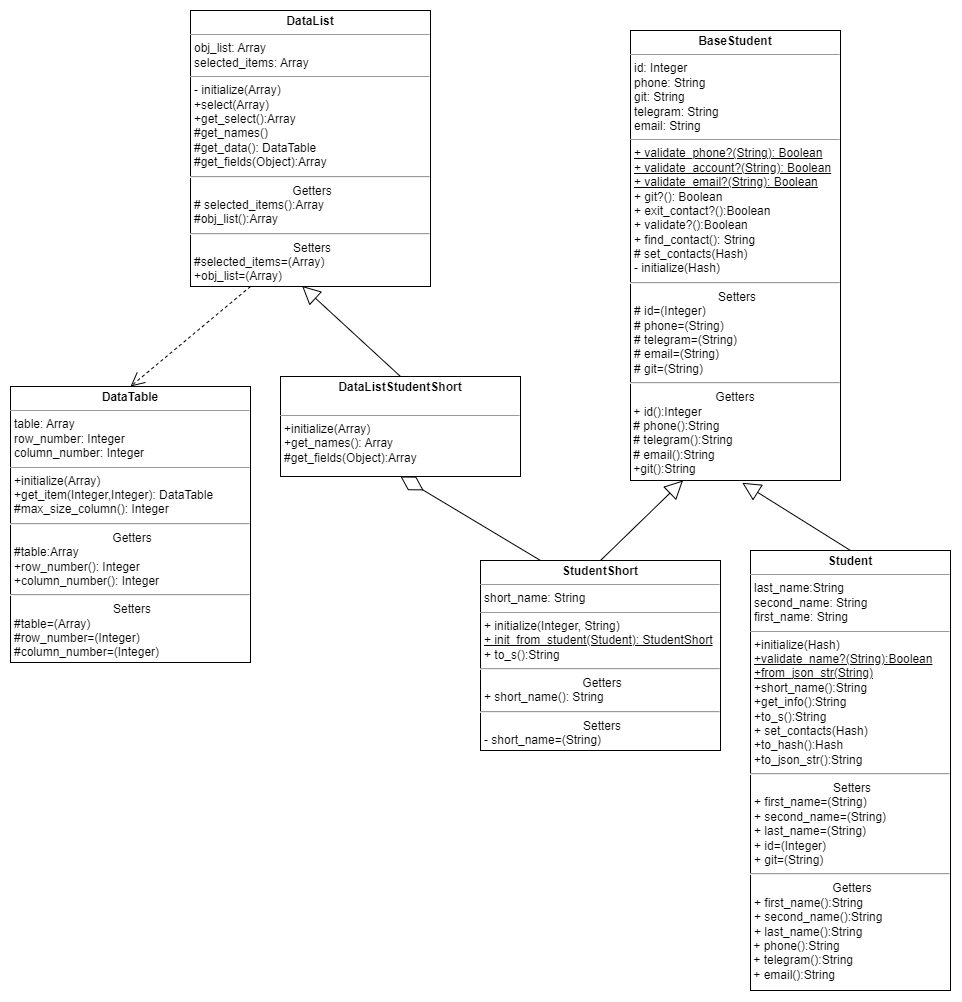
Earlier version of the draw.io export lab2/diagrams/student_diagr.png (rmyau/pattern_labs). Source tidied: cells renumbered, new cells last; positions are measured from the earlier drawing's top-left corner, leaving out a move shared by most shapes.
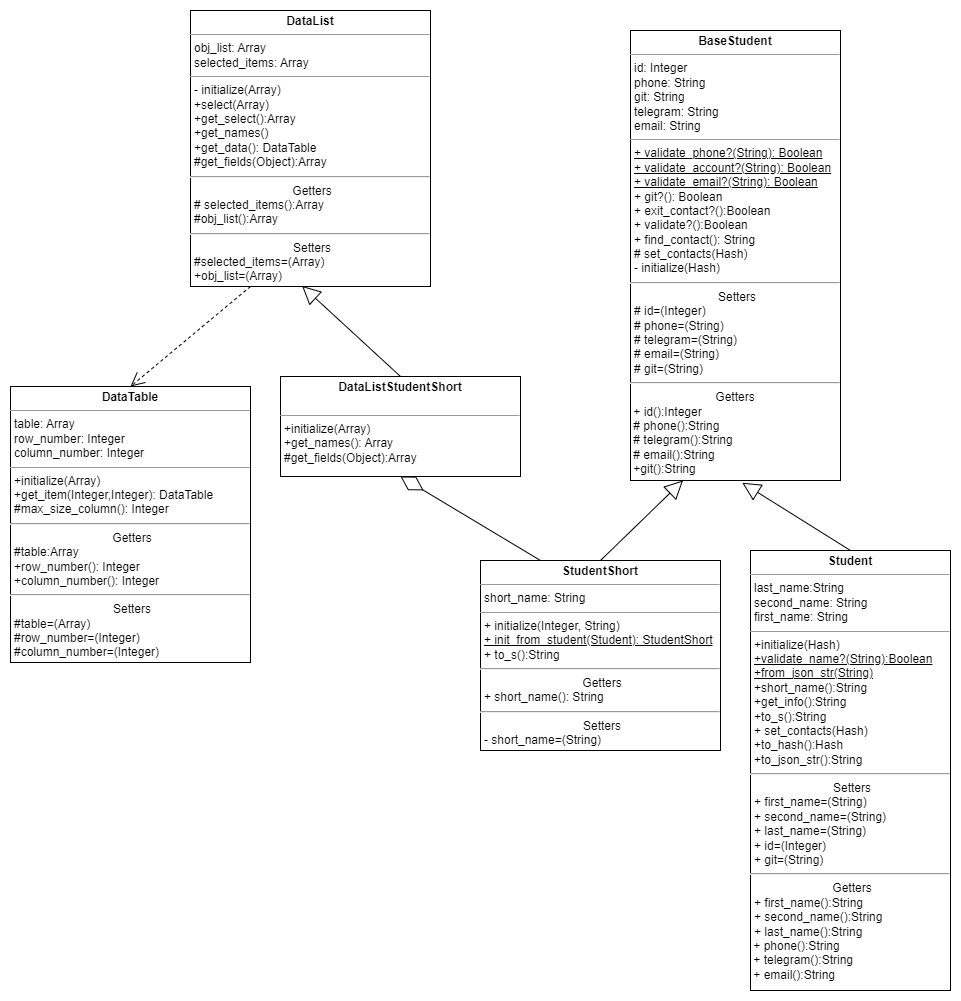
After the commit.

Change to the diagram source:
```diff
@@ -17,7 +17,7 @@
     <mxCell id="6" value="&lt;p style=&quot;margin:0px;margin-top:4px;text-align:center;&quot;&gt;&lt;b&gt;StudentShort&lt;/b&gt;&lt;/p&gt;&lt;hr size=&quot;1&quot;&gt;&lt;p style=&quot;margin:0px;margin-left:4px;&quot;&gt;short_name: String&lt;/p&gt;&lt;hr size=&quot;1&quot;&gt;&lt;p style=&quot;margin:0px;margin-left:4px;&quot;&gt;+ initialize(Integer, String)&lt;/p&gt;&lt;p style=&quot;margin:0px;margin-left:4px;&quot;&gt;&lt;u&gt;+ init_from_student(Student): StudentShort&lt;/u&gt;&lt;/p&gt;&lt;p style=&quot;margin:0px;margin-left:4px;&quot;&gt;+ to_s():String&lt;/p&gt;&lt;hr&gt;&lt;p style=&quot;text-align: center; margin: 0px 0px 0px 4px;&quot;&gt;&lt;/p&gt;&lt;p style=&quot;text-align: center; margin: 0px 0px 0px 4px;&quot;&gt;Getters&lt;/p&gt;&lt;p style=&quot;margin:0px;margin-left:4px;&quot;&gt;+ short_name(): String&lt;/p&gt;&lt;hr&gt;&lt;p style=&quot;border-color: var(--border-color); text-align: center; margin: 0px 0px 0px 4px;&quot;&gt;Setters&lt;/p&gt;&lt;p style=&quot;border-color: var(--border-color); margin: 0px 0px 0px 4px;&quot;&gt;- short_name=(String)&lt;/p&gt;" style="verticalAlign=top;align=left;overflow=fill;fontSize=12;fontFamily=Helvetica;html=1;whiteSpace=wrap;" parent="1" vertex="1">
       <mxGeometry x="470" y="550" width="240" height="190" as="geometry" />
     </mxCell>
-    <mxCell id="7" value="&lt;p style=&quot;margin:0px;margin-top:4px;text-align:center;&quot;&gt;&lt;b&gt;DataList&lt;/b&gt;&lt;/p&gt;&lt;hr size=&quot;1&quot;&gt;&lt;p style=&quot;margin:0px;margin-left:4px;&quot;&gt;obj_list: Array&lt;/p&gt;&lt;p style=&quot;margin:0px;margin-left:4px;&quot;&gt;selected_items: Array&lt;/p&gt;&lt;hr size=&quot;1&quot;&gt;&lt;p style=&quot;margin:0px;margin-left:4px;&quot;&gt;- initialize(Array)&lt;/p&gt;&lt;p style=&quot;margin:0px;margin-left:4px;&quot;&gt;+select(Array)&lt;/p&gt;&lt;p style=&quot;margin:0px;margin-left:4px;&quot;&gt;+get_select():Array&lt;/p&gt;&lt;p style=&quot;margin:0px;margin-left:4px;&quot;&gt;#get_names()&lt;/p&gt;&lt;p style=&quot;margin:0px;margin-left:4px;&quot;&gt;#get_data(): DataTable&lt;/p&gt;&lt;p style=&quot;margin:0px;margin-left:4px;&quot;&gt;#get_fields(Object):Array&lt;/p&gt;&lt;hr&gt;&lt;p style=&quot;text-align: center; margin: 0px 0px 0px 4px;&quot;&gt;&lt;/p&gt;&lt;p style=&quot;text-align: center; margin: 0px 0px 0px 4px;&quot;&gt;Getters&lt;/p&gt;&lt;p style=&quot;margin:0px;margin-left:4px;&quot;&gt;# selected_items():Array&lt;/p&gt;&lt;p style=&quot;margin:0px;margin-left:4px;&quot;&gt;#obj_list():Array&lt;/p&gt;&lt;hr&gt;&lt;p style=&quot;border-color: var(--border-color); text-align: center; margin: 0px 0px 0px 4px;&quot;&gt;Setters&lt;/p&gt;&lt;p style=&quot;border-color: var(--border-color); margin: 0px 0px 0px 4px;&quot;&gt;#selected_items=(Array)&lt;/p&gt;&lt;p style=&quot;border-color: var(--border-color); margin: 0px 0px 0px 4px;&quot;&gt;+obj_list=(Array)&lt;/p&gt;" style="verticalAlign=top;align=left;overflow=fill;fontSize=12;fontFamily=Helvetica;html=1;whiteSpace=wrap;" parent="1" vertex="1">
+    <mxCell id="7" value="&lt;p style=&quot;margin:0px;margin-top:4px;text-align:center;&quot;&gt;&lt;b&gt;DataList&lt;/b&gt;&lt;/p&gt;&lt;hr size=&quot;1&quot;&gt;&lt;p style=&quot;margin:0px;margin-left:4px;&quot;&gt;obj_list: Array&lt;/p&gt;&lt;p style=&quot;margin:0px;margin-left:4px;&quot;&gt;selected_items: Array&lt;/p&gt;&lt;hr size=&quot;1&quot;&gt;&lt;p style=&quot;margin:0px;margin-left:4px;&quot;&gt;- initialize(Array)&lt;/p&gt;&lt;p style=&quot;margin:0px;margin-left:4px;&quot;&gt;+select(Array)&lt;/p&gt;&lt;p style=&quot;margin:0px;margin-left:4px;&quot;&gt;+get_select():Array&lt;/p&gt;&lt;p style=&quot;margin:0px;margin-left:4px;&quot;&gt;+get_names()&lt;/p&gt;&lt;p style=&quot;margin:0px;margin-left:4px;&quot;&gt;+get_data(): DataTable&lt;/p&gt;&lt;p style=&quot;margin:0px;margin-left:4px;&quot;&gt;#get_fields(Object):Array&lt;/p&gt;&lt;hr&gt;&lt;p style=&quot;text-align: center; margin: 0px 0px 0px 4px;&quot;&gt;&lt;/p&gt;&lt;p style=&quot;text-align: center; margin: 0px 0px 0px 4px;&quot;&gt;Getters&lt;/p&gt;&lt;p style=&quot;margin:0px;margin-left:4px;&quot;&gt;# selected_items():Array&lt;/p&gt;&lt;p style=&quot;margin:0px;margin-left:4px;&quot;&gt;#obj_list():Array&lt;/p&gt;&lt;hr&gt;&lt;p style=&quot;border-color: var(--border-color); text-align: center; margin: 0px 0px 0px 4px;&quot;&gt;Setters&lt;/p&gt;&lt;p style=&quot;border-color: var(--border-color); margin: 0px 0px 0px 4px;&quot;&gt;#selected_items=(Array)&lt;/p&gt;&lt;p style=&quot;border-color: var(--border-color); margin: 0px 0px 0px 4px;&quot;&gt;+obj_list=(Array)&lt;/p&gt;" style="verticalAlign=top;align=left;overflow=fill;fontSize=12;fontFamily=Helvetica;html=1;whiteSpace=wrap;" parent="1" vertex="1">
       <mxGeometry x="180" width="240" height="276" as="geometry" />
     </mxCell>
     <mxCell id="8" value="&lt;p style=&quot;margin:0px;margin-top:4px;text-align:center;&quot;&gt;&lt;b&gt;DataListStudentShort&lt;/b&gt;&lt;/p&gt;&lt;br&gt;&lt;hr size=&quot;1&quot;&gt;&lt;p style=&quot;margin:0px;margin-left:4px;&quot;&gt;+initialize(Array)&lt;/p&gt;&lt;p style=&quot;margin:0px;margin-left:4px;&quot;&gt;&lt;span style=&quot;background-color: initial;&quot;&gt;+get_names(): Array&lt;/span&gt;&lt;/p&gt;&lt;p style=&quot;margin:0px;margin-left:4px;&quot;&gt;#get_fields(Object):Array&lt;/p&gt;&lt;p style=&quot;text-align: center; margin: 0px 0px 0px 4px;&quot;&gt;&lt;br&gt;&lt;/p&gt;" style="verticalAlign=top;align=left;overflow=fill;fontSize=12;fontFamily=Helvetica;html=1;whiteSpace=wrap;" parent="1" vertex="1">
```
